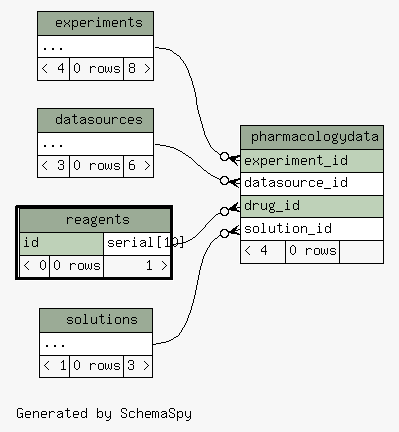
tgbugs/mlab keeps this Graphviz diagram as database/ss/diagrams/reagents.2degrees.png. Above is the earlier version. Its source is kept beside it as database/ss/diagrams/reagents.2degrees.dot.
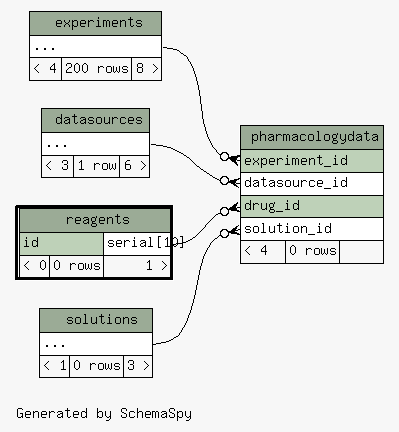
The same diagram one commit later.

What changed in the source:
```diff
@@ -26,7 +26,7 @@
     <TABLE BORDER="0" CELLBORDER="1" CELLSPACING="0" BGCOLOR="#ffffff">
       <TR><TD COLSPAN="3" BGCOLOR="#9bab96" ALIGN="CENTER">datasources</TD></TR>
       <TR><TD PORT="elipses" COLSPAN="3" ALIGN="LEFT">...</TD></TR>
-      <TR><TD ALIGN="LEFT" BGCOLOR="#f7f7f7">&lt; 3</TD><TD ALIGN="RIGHT" BGCOLOR="#f7f7f7">0 rows</TD><TD ALIGN="RIGHT" BGCOLOR="#f7f7f7">6 &gt;</TD></TR>
+      <TR><TD ALIGN="LEFT" BGCOLOR="#f7f7f7">&lt; 3</TD><TD ALIGN="RIGHT" BGCOLOR="#f7f7f7">1 row</TD><TD ALIGN="RIGHT" BGCOLOR="#f7f7f7">6 &gt;</TD></TR>
     </TABLE>>
     URL="datasources.html"
     tooltip="datasources"
@@ -36,7 +36,7 @@
     <TABLE BORDER="0" CELLBORDER="1" CELLSPACING="0" BGCOLOR="#ffffff">
       <TR><TD COLSPAN="3" BGCOLOR="#9bab96" ALIGN="CENTER">experiments</TD></TR>
       <TR><TD PORT="elipses" COLSPAN="3" ALIGN="LEFT">...</TD></TR>
-      <TR><TD ALIGN="LEFT" BGCOLOR="#f7f7f7">&lt; 4</TD><TD ALIGN="RIGHT" BGCOLOR="#f7f7f7">0 rows</TD><TD ALIGN="RIGHT" BGCOLOR="#f7f7f7">8 &gt;</TD></TR>
+      <TR><TD ALIGN="LEFT" BGCOLOR="#f7f7f7">&lt; 4</TD><TD ALIGN="RIGHT" BGCOLOR="#f7f7f7">200 rows</TD><TD ALIGN="RIGHT" BGCOLOR="#f7f7f7">8 &gt;</TD></TR>
     </TABLE>>
     URL="experiments.html"
     tooltip="experiments"
```
